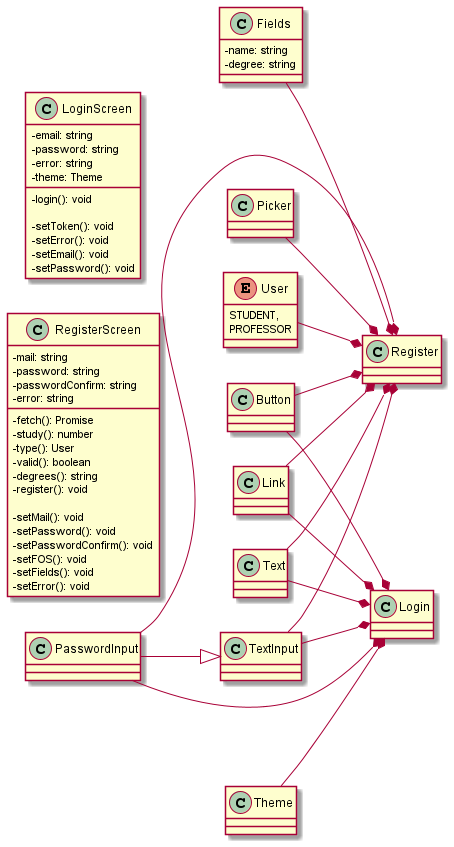
Singh-Kiran-P/StuNet keeps this PlantUML diagram as Diagrams/Class_Diagrams/Frontend_Diagrams/Auth.png. Above is the earlier version.
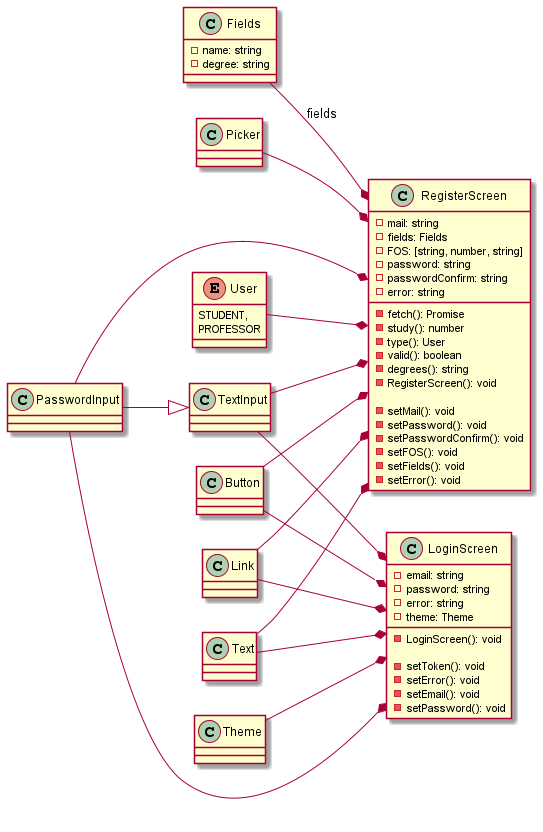
After the commit.

The edit, as a diff of the source:
```diff
@@ -1,5 +1,4 @@
 @startuml Auth
-skinparam classAttributeIconSize 0
 left to right direction
 
 class Fields {
@@ -20,6 +19,8 @@
 
 class RegisterScreen {
 	-mail: string
+	-fields: Fields
+	-FOS: [string, number, string]
 	-password: string
 	-passwordConfirm: string
 	-error: string
@@ -29,7 +30,7 @@
 	-type(): User
 	-valid(): boolean
 	-degrees(): string
-	-register(): void
+	-RegisterScreen(): void
 
 	-setMail(): void
 	-setPassword(): void
@@ -46,7 +47,7 @@
 	-error: string
 	-theme: Theme
 
-	-login(): void
+	-LoginScreen(): void
 
 	-setToken(): void
 	-setError(): void
@@ -54,23 +55,23 @@
 	-setPassword(): void
 }
 
-Text --* Login
-Text --* Register
+Text --* LoginScreen
+Text --* RegisterScreen
 
-Theme --* Login
+Theme --* LoginScreen
 
-User --* Register
+User --* RegisterScreen
 
-TextInput --* Login
-Button --* Login
-Link --* Login
-PasswordInput --* Login
+TextInput --* LoginScreen
+Button --* LoginScreen
+Link --* LoginScreen
+PasswordInput --* LoginScreen
 PasswordInput --|> TextInput
 
-TextInput --* Register
-PasswordInput --* Register
-Link --* Register
-Button --* Register
-Fields --* Register
-Picker --* Register
+TextInput --* RegisterScreen
+PasswordInput --* RegisterScreen
+Link --* RegisterScreen
+Button --* RegisterScreen
+Fields --* RegisterScreen: fields
+Picker --* RegisterScreen
 @enduml
```
